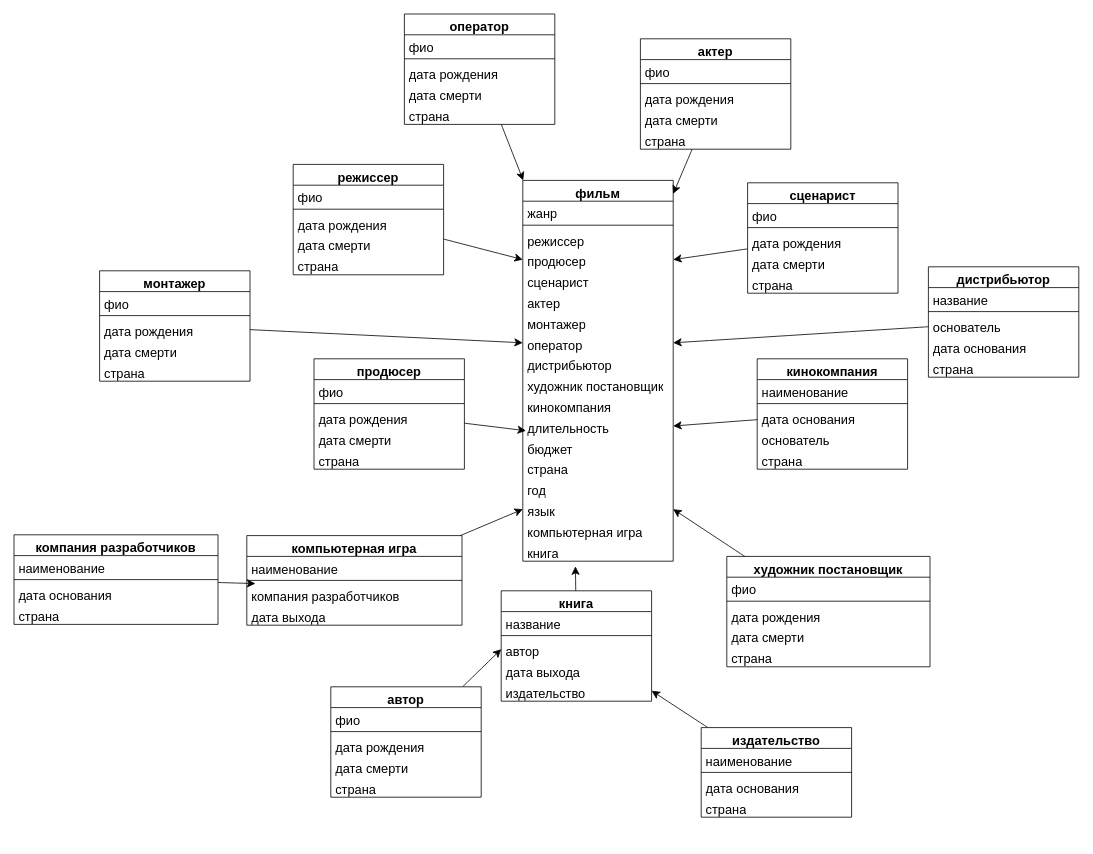
The draw.io diagram db.drawio in DiKachura/protege, before the edit. Source tidied: cells renumbered, new cells numbered last; positions are measured from the earlier drawing's top-left corner, leaving out a move shared by most shapes. Both pictures are drawn from the tidied source at 80%, with x=0, y=0 at pixel (14, 14).
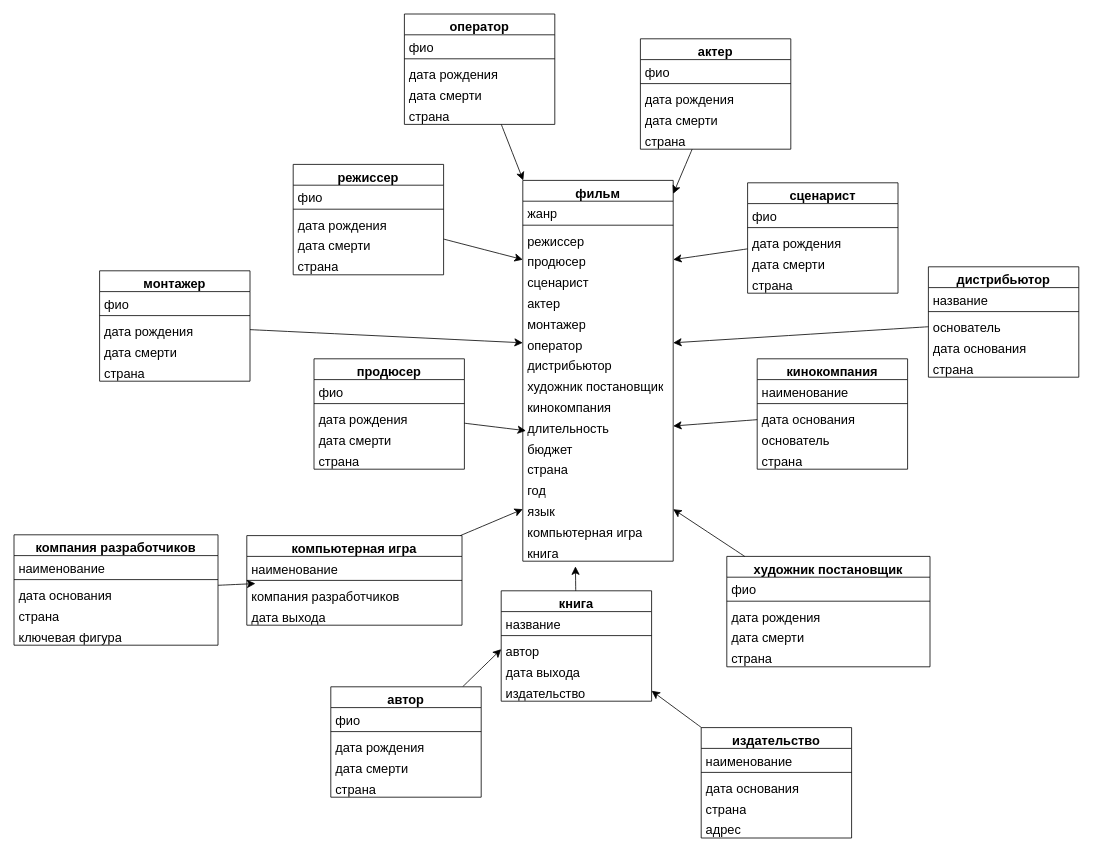
After the change.

The edit, as a diff of the source:
```diff
@@
     <mxCell id="105" value="издательство" style="swimlane;fontStyle=1;align=center;verticalAlign=top;horizontal=1;startSize=26;whiteSpace=wrap;html=1;fontSize=16;" parent="1" vertex="1">
-      <mxGeometry x="859" y="892" width="188" height="112" as="geometry" />
+      <mxGeometry x="859" y="892" width="188" height="138" as="geometry" />
     </mxCell>
@@
+    <mxCell id="116" value="адрес" style="text;strokeColor=none;fillColor=none;align=left;verticalAlign=top;spacingLeft=4;spacingRight=4;overflow=hidden;whiteSpace=wrap;html=1;fontSize=16;" parent="105" vertex="1">
+      <mxGeometry y="112" width="188" height="26" as="geometry" />
+    </mxCell>
     <mxCell id="110" value="компания разработчиков" style="swimlane;fontStyle=1;align=center;verticalAlign=top;horizontal=1;startSize=26;whiteSpace=wrap;html=1;fontSize=16;" parent="1" vertex="1">
-      <mxGeometry y="651" width="255" height="112" as="geometry" />
+      <mxGeometry y="651" width="255" height="138" as="geometry" />
     </mxCell>
@@
+    <mxCell id="117" value="ключевая фигура" style="text;strokeColor=none;fillColor=none;align=left;verticalAlign=top;spacingLeft=4;spacingRight=4;overflow=hidden;whiteSpace=wrap;html=1;fontSize=16;" parent="110" vertex="1">
+      <mxGeometry y="112" width="255" height="26" as="geometry" />
+    </mxCell>
```
